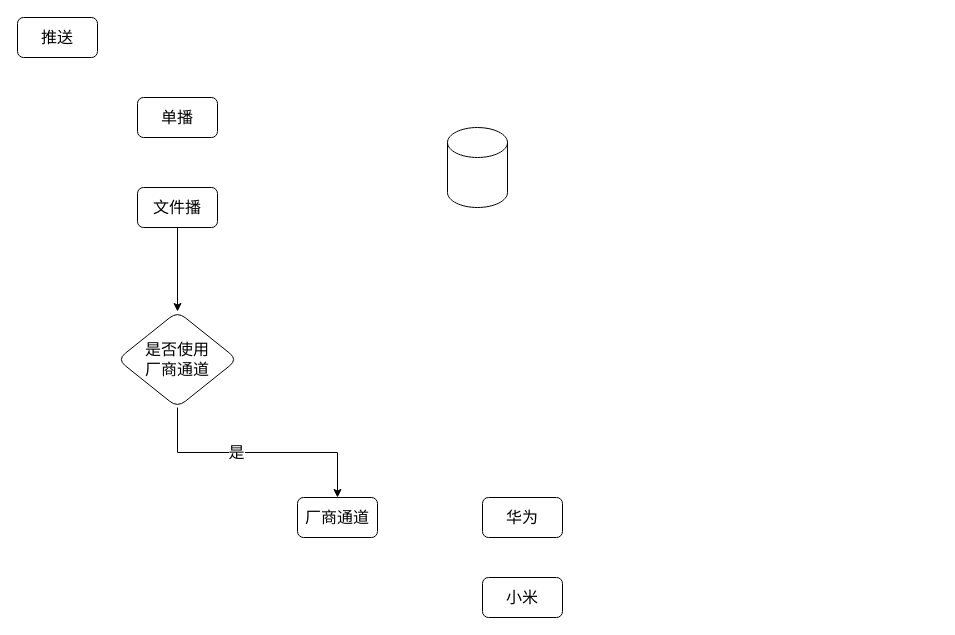
The draw.io diagram 未命名绘图.drawio in someboody/flowchart, before the edit. Source tidied: cells renumbered, new cells numbered last; positions are measured from the earlier drawing's top-left corner, leaving out a move shared by most shapes. Both pictures are drawn from the tidied source at 100%, with x=0, y=0 at pixel (17, 17).
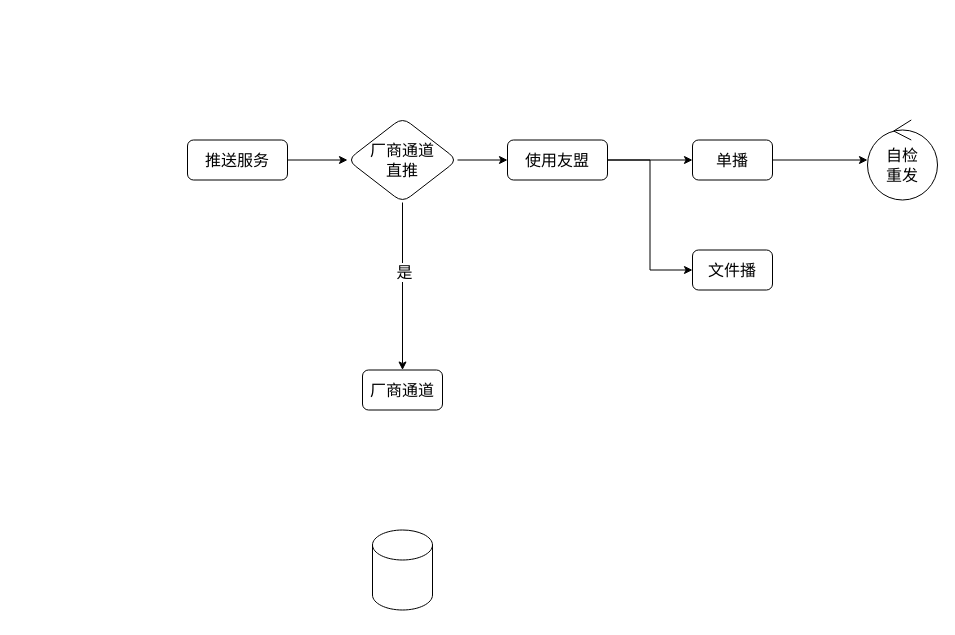
The same diagram, later.

Change to the diagram source:
```diff
@@
 <mxGraphModel>
   <root>
     <mxCell id="0" />
     <mxCell id="1" parent="0" />
+    <mxCell id="13" style="edgeStyle=orthogonalEdgeStyle;rounded=0;jettySize=auto;html=1;fontSize=16;exitX=1;exitY=0.5;exitDx=0;exitDy=0;" parent="1" edge="1" source="18" target="3">
+      <mxGeometry relative="1" as="geometry" />
+    </mxCell>
+    <mxCell id="14" style="edgeStyle=orthogonalEdgeStyle;rounded=0;jettySize=auto;html=1;entryX=0;entryY=0.5;entryDx=0;entryDy=0;fontSize=16;exitX=1;exitY=0.5;exitDx=0;exitDy=0;" parent="1" edge="1" source="18" target="6">
+      <mxGeometry relative="1" as="geometry" />
+    </mxCell>
+    <mxCell id="15" style="edgeStyle=orthogonalEdgeStyle;rounded=0;jettySize=auto;html=1;exitX=1;exitY=0.5;exitDx=0;exitDy=0;fontSize=16;" parent="1" edge="1" source="2" target="12">
+      <mxGeometry relative="1" as="geometry" />
+    </mxCell>
-    <mxCell id="2" value="推送" style="rounded=1;whiteSpace=wrap;html=1;fontSize=16;" parent="1" vertex="1">
-      <mxGeometry width="80" height="40" as="geometry" />
+    <mxCell id="2" value="推送服务" style="rounded=1;whiteSpace=wrap;html=1;fontSize=16;" parent="1" vertex="1">
+      <mxGeometry x="170" y="122.5" width="100" height="40" as="geometry" />
     </mxCell>
+    <mxCell id="16" style="edgeStyle=orthogonalEdgeStyle;rounded=0;jettySize=auto;html=1;exitX=1;exitY=0.5;exitDx=0;exitDy=0;fontSize=16;" parent="1" edge="1" source="3" target="19">
+      <mxGeometry relative="1" as="geometry" />
+    </mxCell>
     <mxCell id="3" value="单播" style="rounded=1;whiteSpace=wrap;html=1;fontSize=16;" parent="1" vertex="1">
-      <mxGeometry x="120" y="80" width="80" height="40" as="geometry" />
+      <mxGeometry x="675" y="122.5" width="80" height="40" as="geometry" />
     </mxCell>
     <mxCell id="4" style="shape=cylinder3;whiteSpace=wrap;html=1;boundedLbl=1;backgroundOutline=1;size=15;fontSize=16;" parent="1" vertex="1">
-      <mxGeometry x="430" y="110" width="60" height="80" as="geometry" />
+      <mxGeometry x="355" y="512.5" width="60" height="80" as="geometry" />
     </mxCell>
-    <mxCell id="5" style="edgeStyle=orthogonalEdgeStyle;rounded=0;jettySize=auto;html=1;exitX=0.5;exitY=1;exitDx=0;exitDy=0;fontSize=16;" parent="1" edge="1" source="6" target="12">
-      <mxGeometry relative="1" as="geometry" />
-    </mxCell>
     <mxCell id="6" value="文件播" style="rounded=1;whiteSpace=wrap;html=1;fontSize=16;" parent="1" vertex="1">
-      <mxGeometry x="120" y="170" width="80" height="40" as="geometry" />
+      <mxGeometry x="675" y="232.5" width="80" height="40" as="geometry" />
     </mxCell>
-    <mxCell id="7" value="华为" style="rounded=1;whiteSpace=wrap;html=1;fontSize=16;" parent="1" vertex="1">
-      <mxGeometry x="465" y="480" width="80" height="40" as="geometry" />
-    </mxCell>
-    <mxCell id="8" value="小米" style="rounded=1;whiteSpace=wrap;html=1;fontSize=16;" parent="1" vertex="1">
-      <mxGeometry x="465" y="560" width="80" height="40" as="geometry" />
-    </mxCell>
-    <mxCell id="9" value="厂商通道" style="rounded=1;whiteSpace=wrap;html=1;fontSize=16;" parent="1" vertex="1">
-      <mxGeometry x="280" y="480" width="80" height="40" as="geometry" />
-    </mxCell>
     <mxCell id="10" style="edgeStyle=orthogonalEdgeStyle;rounded=0;jettySize=auto;html=1;exitX=0.5;exitY=1;exitDx=0;exitDy=0;entryX=0.5;entryY=0;entryDx=0;entryDy=0;fontSize=16;" parent="1" edge="1" source="12" target="9">
       <mxGeometry relative="1" as="geometry" />
     </mxCell>
     <mxCell id="11" value="是" style="edgeLabel;html=1;align=center;verticalAlign=middle;fontSize=16;" parent="10" vertex="1">
       <mxGeometry x="-0.18" y="1" relative="1" as="geometry" />
     </mxCell>
+    <mxCell id="17" style="edgeStyle=orthogonalEdgeStyle;rounded=0;jettySize=auto;html=1;fontSize=16;entryX=0;entryY=0.5;entryDx=0;entryDy=0;" parent="1" edge="1" source="12" target="18">
+      <mxGeometry relative="1" as="geometry" />
+    </mxCell>
-    <mxCell id="12" value="是否使用&lt;br&gt;厂商通道" style="rhombus;whiteSpace=wrap;html=1;fontSize=16;rounded=1;" parent="1" vertex="1">
-      <mxGeometry x="100" y="294" width="120" height="96" as="geometry" />
+    <mxCell id="12" value="厂商通道&lt;br&gt;直推" style="rhombus;whiteSpace=wrap;html=1;fontSize=16;rounded=1;" parent="1" vertex="1">
+      <mxGeometry x="330" y="100" width="110" height="85" as="geometry" />
     </mxCell>
+    <mxCell id="18" value="使用友盟" style="rounded=1;whiteSpace=wrap;html=1;fontSize=16;" parent="1" vertex="1">
+      <mxGeometry x="490" y="122.5" width="100" height="40" as="geometry" />
+    </mxCell>
+    <mxCell id="9" value="厂商通道" style="rounded=1;whiteSpace=wrap;html=1;fontSize=16;" parent="1" vertex="1">
+      <mxGeometry x="345" y="352.5" width="80" height="40" as="geometry" />
+    </mxCell>
+    <mxCell id="19" value="自检&lt;br&gt;重发" style="ellipse;shape=umlControl;whiteSpace=wrap;html=1;strokeColor=default;fontSize=16;fillColor=none;" parent="1" vertex="1">
+      <mxGeometry x="850" y="102.5" width="70" height="80" as="geometry" />
+    </mxCell>
   </root>
 </mxGraphModel>
```
